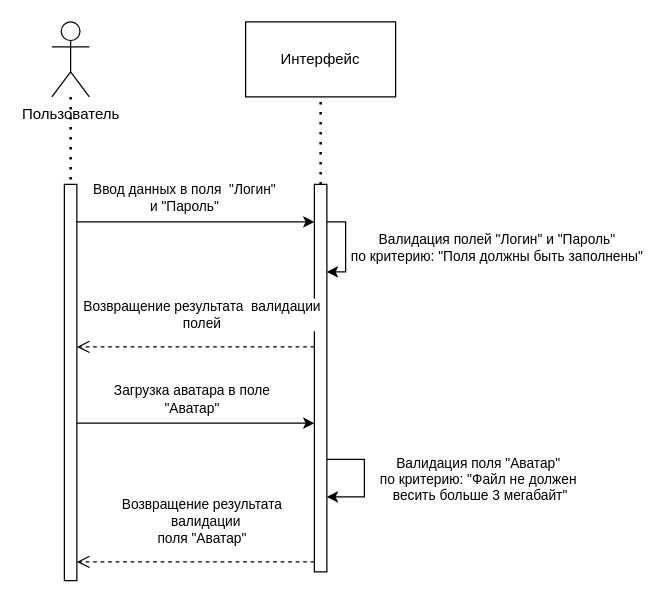
Earlier version of the draw.io diagram sequence_login-password-avatar.drawio (eva01pilot/plant-tissue-diagrams). Source tidied: cells renumbered, new cells numbered last; positions are measured from the earlier drawing's top-left corner, leaving out a move shared by most shapes. Both pictures are drawn from the tidied source at 125%, with x=0, y=0 at pixel (51, 21).
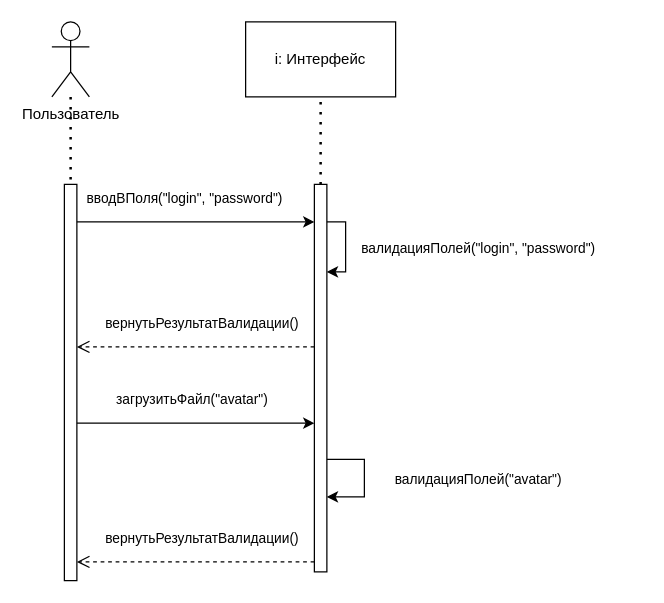
The same page after the edit.

The change refers to these unchanged cells:
```xml
<mxCell id="4" style="html=1;points=[[0,0,0,0,5],[0,1,0,0,-5],[1,0,0,0,5],[1,1,0,0,-5]];perimeter=orthogonalPerimeter;outlineConnect=0;targetShapes=umlLifeline;portConstraint=eastwest;newEdgeStyle={&quot;curved&quot;:0,&quot;rounded&quot;:0};" parent="1" vertex="1">
  <mxGeometry x="10" y="130" width="10" height="317" as="geometry" />
</mxCell>
<mxCell id="5" style="html=1;points=[[0,0,0,0,5],[0,1,0,0,-5],[1,0,0,0,5],[1,1,0,0,-5]];perimeter=orthogonalPerimeter;outlineConnect=0;targetShapes=umlLifeline;portConstraint=eastwest;newEdgeStyle={&quot;curved&quot;:0,&quot;rounded&quot;:0};" parent="1" vertex="1">
  <mxGeometry x="210" y="130" width="10" height="310" as="geometry" />
</mxCell>
<mxCell id="6" style="endArrow=classic;html=1;rounded=0;" parent="1" edge="1" source="4" target="5">
  <mxGeometry relative="1" as="geometry">
    <Array as="points">
      <mxPoint x="90" y="160" />
    </Array>
  </mxGeometry>
</mxCell>
<mxCell id="10" style="endArrow=classic;html=1;rounded=0;" parent="1" edge="1" source="5" target="5">
  <mxGeometry relative="1" as="geometry">
    <Array as="points">
      <mxPoint x="235" y="160" />
      <mxPoint x="235" y="200" />
    </Array>
  </mxGeometry>
</mxCell>
<mxCell id="13" style="endArrow=classic;html=1;rounded=0;" parent="1" edge="1" source="4" target="5">
  <mxGeometry relative="1" as="geometry">
    <Array as="points">
      <mxPoint x="116" y="321" />
    </Array>
  </mxGeometry>
</mxCell>
<mxCell id="15" style="endArrow=classic;html=1;rounded=0;" parent="1" edge="1" source="5" target="5">
  <mxGeometry relative="1" as="geometry">
    <Array as="points">
      <mxPoint x="250" y="350" />
      <mxPoint x="250" y="380" />
    </Array>
  </mxGeometry>
</mxCell>
```

The edit, as a diff of the source:
```diff
@@
-    <mxCell id="3" value="Интерфейс" style="rounded=0;whiteSpace=wrap;html=1;" parent="1" vertex="1">
+    <mxCell id="3" value="i: Интерфейс" style="rounded=0;whiteSpace=wrap;html=1;" parent="1" vertex="1">
       <mxGeometry x="155" width="120" height="60" as="geometry" />
     </mxCell>
@@
-    <mxCell id="7" value="&lt;div&gt;Ввод данных в поля&amp;nbsp; &quot;Логин&quot;&lt;/div&gt;&lt;div&gt;и &quot;Пароль&quot;&lt;br&gt;&lt;/div&gt;" style="edgeLabel;html=1;align=center;verticalAlign=middle;" parent="6" vertex="1">
+    <mxCell id="7" value="вводВПоля(&quot;login&quot;, &quot;password&quot;)" style="edgeLabel;html=1;align=center;verticalAlign=middle;" parent="6" vertex="1">
       <mxGeometry x="-0.23" y="1" relative="1" as="geometry">
         <mxPoint x="12" y="-19" as="offset" />
       </mxGeometry>
     </mxCell>
@@
-    <mxCell id="11" value="&lt;div&gt;Валидация полей &quot;Логин&quot; и &quot;Пароль&quot;&lt;/div&gt;&lt;div&gt;по критерию: &quot;Поля должны быть заполнены&quot;&lt;br&gt;&lt;/div&gt;" style="edgeLabel;html=1;align=center;verticalAlign=middle;" parent="10" vertex="1">
+    <mxCell id="11" value="валидацияПолей(&quot;login&quot;, &quot;password&quot;)" style="edgeLabel;html=1;align=center;verticalAlign=middle;" parent="10" vertex="1">
       <mxGeometry y="-2" relative="1" as="geometry">
-        <mxPoint x="122" as="offset" />
+        <mxPoint x="107" as="offset" />
       </mxGeometry>
     </mxCell>
-    <mxCell id="12" value="&lt;div&gt;Возвращение результата&amp;nbsp; валидации&lt;/div&gt;&lt;div&gt;полей&lt;br&gt;&lt;/div&gt;" style="html=1;verticalAlign=bottom;endArrow=open;dashed=1;endSize=8;curved=0;rounded=0;" parent="1" edge="1" source="5" target="4">
+    <mxCell id="12" value="вернутьРезультатВалидации()" style="html=1;verticalAlign=bottom;endArrow=open;dashed=1;endSize=8;curved=0;rounded=0;" parent="1" edge="1" source="5" target="4">
       <mxGeometry x="-0.05" y="-10" relative="1" as="geometry">
         <Array as="points">
           <mxPoint x="130" y="260" />
         </Array>
       </mxGeometry>
     </mxCell>
@@
-    <mxCell id="14" value="&lt;div&gt;Загрузка аватара в поле&lt;/div&gt;&lt;div&gt;&quot;Аватар&quot;&lt;br&gt;&lt;/div&gt;" style="edgeLabel;html=1;align=center;verticalAlign=middle;" parent="13" vertex="1">
+    <mxCell id="14" value="загрузитьФайл(&quot;avatar&quot;)" style="edgeLabel;html=1;align=center;verticalAlign=middle;" parent="13" vertex="1">
       <mxGeometry x="-0.04" y="3" relative="1" as="geometry">
         <mxPoint y="-17" as="offset" />
       </mxGeometry>
     </mxCell>
@@
-    <mxCell id="16" value="&lt;div&gt;Валидация поля &quot;Аватар&quot;&lt;/div&gt;&lt;div&gt;по критерию: &quot;Файл не должен&lt;/div&gt;&lt;div&gt;&amp;nbsp;весить больше 3 мегабайт&quot;&lt;br&gt;&lt;/div&gt;" style="edgeLabel;html=1;align=center;verticalAlign=middle;" parent="15" vertex="1">
+    <mxCell id="16" value="валидацияПолей(&quot;avatar&quot;)" style="edgeLabel;html=1;align=center;verticalAlign=middle;" parent="15" vertex="1">
       <mxGeometry y="-2" relative="1" as="geometry">
         <mxPoint x="92" as="offset" />
       </mxGeometry>
     </mxCell>
-    <mxCell id="17" value="&lt;div&gt;Возвращение результата&lt;/div&gt;&lt;div&gt;&amp;nbsp; валидации&lt;/div&gt;&lt;div&gt;поля &quot;Аватар&quot;&lt;br&gt;&lt;/div&gt;" style="html=1;verticalAlign=bottom;endArrow=open;dashed=1;endSize=8;curved=0;rounded=0;" parent="1" edge="1">
+    <mxCell id="17" value="вернутьРезультатВалидации()" style="html=1;verticalAlign=bottom;endArrow=open;dashed=1;endSize=8;curved=0;rounded=0;" parent="1" edge="1">
       <mxGeometry x="-0.05" y="-10" relative="1" as="geometry">
         <mxPoint x="210" y="432" as="sourcePoint" />
         <mxPoint x="20" y="432" as="targetPoint" />
         <Array as="points">
           <mxPoint x="126" y="432" />
         </Array>
       </mxGeometry>
     </mxCell>
```
